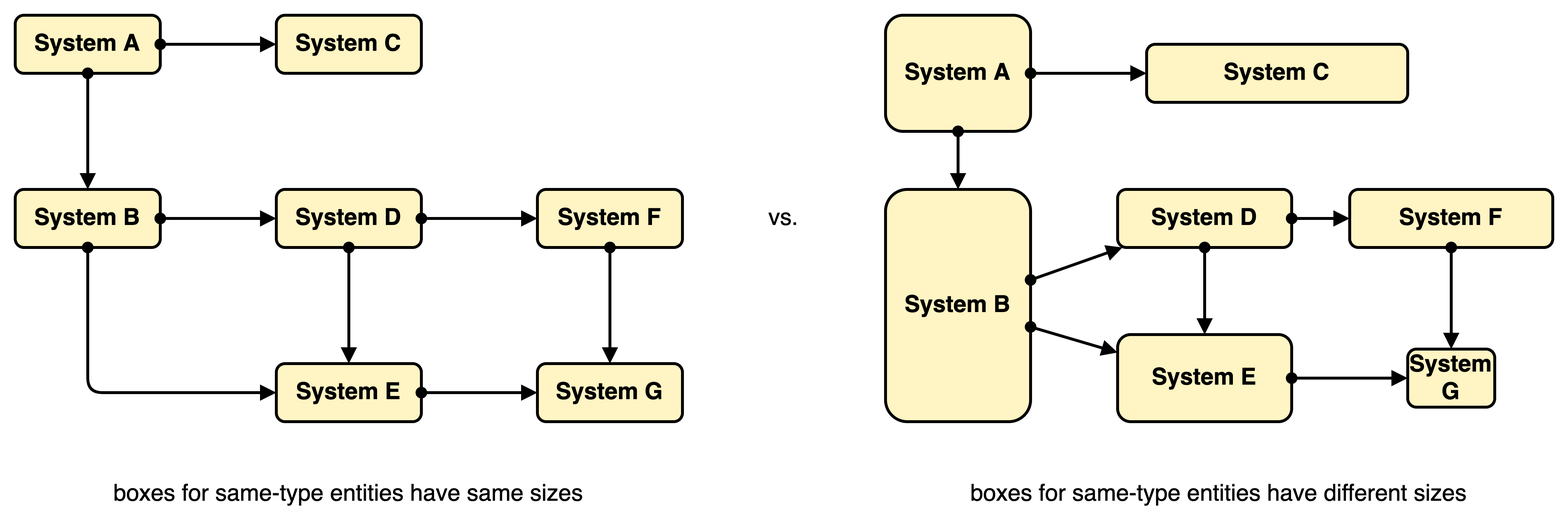
Before: diagrams/box-guideline_same-size-for-same-entity-type.png, a diagram exported from draw.io (martinleggewie/visual-tips-for-creating-schematic-diagrams). Source tidied: cells renumbered, new cells last; positions are measured from the earlier drawing's top-left corner, leaving out a move shared by most shapes. The source it was exported from:
```xml
<mxGraphModel>
  <root>
    <mxCell id="0" />
    <mxCell id="1" value="background" parent="0" />
    <mxCell id="2" style="rounded=0;whiteSpace=wrap;html=1;strokeColor=none;fillColor=#FFFFFF;" parent="1" vertex="1">
      <mxGeometry width="1080" height="360" as="geometry" />
    </mxCell>
    <mxCell id="3" value="content" parent="0" />
    <mxCell id="4" value="System A" style="rounded=1;whiteSpace=wrap;html=1;strokeWidth=2;fontSize=16;fontStyle=1;fillColor=#FFF4C3;" parent="3" vertex="1">
      <mxGeometry x="10" y="10" width="100" height="40" as="geometry" />
    </mxCell>
    <mxCell id="5" style="rounded=0;jettySize=auto;html=1;fontSize=16;endArrow=block;endFill=1;startArrow=oval;startFill=1;strokeWidth=2;" parent="3" edge="1" source="4" target="11">
      <mxGeometry relative="1" as="geometry" />
    </mxCell>
    <mxCell id="6" value="System B" style="rounded=1;whiteSpace=wrap;html=1;strokeWidth=2;fontSize=16;fontStyle=1;fillColor=#FFF4C3;" parent="3" vertex="1">
      <mxGeometry x="10" y="130" width="100" height="40" as="geometry" />
    </mxCell>
    <mxCell id="7" style="edgeStyle=none;rounded=0;jettySize=auto;html=1;startArrow=oval;startFill=1;endArrow=block;endFill=1;strokeWidth=2;fontSize=16;" parent="3" edge="1" source="4" target="6">
      <mxGeometry relative="1" as="geometry" />
    </mxCell>
    <mxCell id="8" style="rounded=0;jettySize=auto;html=1;fontSize=16;endArrow=block;endFill=1;startArrow=oval;startFill=1;strokeWidth=2;" parent="3" edge="1" source="6" target="13">
      <mxGeometry relative="1" as="geometry" />
    </mxCell>
    <mxCell id="9" value="boxes for same-type entities have same sizes" style="text;html=1;strokeColor=none;fillColor=none;align=center;verticalAlign=middle;whiteSpace=wrap;rounded=0;fontSize=16;" parent="3" vertex="1">
      <mxGeometry x="10" y="330" width="460" height="20" as="geometry" />
    </mxCell>
    <mxCell id="10" value="vs." style="text;html=1;strokeColor=none;fillColor=none;align=center;verticalAlign=middle;whiteSpace=wrap;rounded=0;fontSize=16;" parent="3" vertex="1">
      <mxGeometry x="470" y="140" width="140" height="20" as="geometry" />
    </mxCell>
    <mxCell id="11" value="System C" style="rounded=1;whiteSpace=wrap;html=1;strokeWidth=2;fontSize=16;fontStyle=1;fillColor=#FFF4C3;" parent="3" vertex="1">
      <mxGeometry x="190" y="10" width="100" height="40" as="geometry" />
    </mxCell>
    <mxCell id="12" value="System E" style="rounded=1;whiteSpace=wrap;html=1;strokeWidth=2;fontSize=16;fontStyle=1;fillColor=#FFF4C3;" parent="3" vertex="1">
      <mxGeometry x="190" y="250" width="100" height="40" as="geometry" />
    </mxCell>
    <mxCell id="13" value="System D" style="rounded=1;whiteSpace=wrap;html=1;strokeWidth=2;fontSize=16;fontStyle=1;fillColor=#FFF4C3;" parent="3" vertex="1">
      <mxGeometry x="190" y="130" width="100" height="40" as="geometry" />
    </mxCell>
    <mxCell id="14" value="System F" style="rounded=1;whiteSpace=wrap;html=1;strokeWidth=2;fontSize=16;fontStyle=1;fillColor=#FFF4C3;" parent="3" vertex="1">
      <mxGeometry x="370" y="130" width="100" height="40" as="geometry" />
    </mxCell>
    <mxCell id="15" value="System G" style="rounded=1;whiteSpace=wrap;html=1;strokeWidth=2;fontSize=16;fontStyle=1;fillColor=#FFF4C3;" parent="3" vertex="1">
      <mxGeometry x="370" y="250" width="100" height="40" as="geometry" />
    </mxCell>
    <mxCell id="16" style="edgeStyle=none;rounded=1;jettySize=auto;html=1;fontSize=16;startArrow=oval;startFill=1;endArrow=block;endFill=1;strokeWidth=2;" parent="3" edge="1" source="6" target="12">
      <mxGeometry relative="1" as="geometry">
        <Array as="points">
          <mxPoint x="60" y="270" />
        </Array>
      </mxGeometry>
    </mxCell>
    <mxCell id="17" style="edgeStyle=none;rounded=0;jettySize=auto;html=1;fontSize=16;startArrow=oval;startFill=1;endArrow=block;endFill=1;strokeWidth=2;" parent="3" edge="1" source="12" target="15">
      <mxGeometry relative="1" as="geometry" />
    </mxCell>
    <mxCell id="18" style="edgeStyle=none;rounded=0;jettySize=auto;html=1;fontSize=16;startArrow=oval;startFill=1;endArrow=block;endFill=1;strokeWidth=2;" parent="3" edge="1" source="14" target="15">
      <mxGeometry relative="1" as="geometry" />
    </mxCell>
    <mxCell id="19" style="edgeStyle=none;rounded=0;jettySize=auto;html=1;fontSize=16;startArrow=oval;startFill=1;endArrow=block;endFill=1;strokeWidth=2;" parent="3" edge="1" source="13" target="12">
      <mxGeometry relative="1" as="geometry" />
    </mxCell>
    <mxCell id="20" value="System A" style="rounded=1;whiteSpace=wrap;html=1;strokeWidth=2;fontSize=16;fontStyle=1;fillColor=#FFF4C3;" parent="3" vertex="1">
      <mxGeometry x="610" y="10" width="100" height="80" as="geometry" />
    </mxCell>
    <mxCell id="21" style="rounded=0;jettySize=auto;html=1;fontSize=16;endArrow=block;endFill=1;startArrow=oval;startFill=1;strokeWidth=2;" parent="3" edge="1" source="20" target="25">
      <mxGeometry relative="1" as="geometry" />
    </mxCell>
    <mxCell id="22" value="System B" style="rounded=1;whiteSpace=wrap;html=1;strokeWidth=2;fontSize=16;fontStyle=1;fillColor=#FFF4C3;" parent="3" vertex="1">
      <mxGeometry x="610" y="130" width="100" height="160" as="geometry" />
    </mxCell>
    <mxCell id="23" style="edgeStyle=none;rounded=0;jettySize=auto;html=1;startArrow=oval;startFill=1;endArrow=block;endFill=1;strokeWidth=2;fontSize=16;" parent="3" edge="1" source="20" target="22">
      <mxGeometry relative="1" as="geometry" />
    </mxCell>
    <mxCell id="24" style="rounded=0;jettySize=auto;html=1;fontSize=16;endArrow=block;endFill=1;startArrow=oval;startFill=1;strokeWidth=2;" parent="3" edge="1" source="22" target="27">
      <mxGeometry relative="1" as="geometry" />
    </mxCell>
    <mxCell id="25" value="System C" style="rounded=1;whiteSpace=wrap;html=1;strokeWidth=2;fontSize=16;fontStyle=1;fillColor=#FFF4C3;" parent="3" vertex="1">
      <mxGeometry x="790" y="30" width="180" height="40" as="geometry" />
    </mxCell>
    <mxCell id="26" value="System E" style="rounded=1;whiteSpace=wrap;html=1;strokeWidth=2;fontSize=16;fontStyle=1;fillColor=#FFF4C3;" parent="3" vertex="1">
      <mxGeometry x="770" y="230" width="120" height="60" as="geometry" />
    </mxCell>
    <mxCell id="27" value="System D" style="rounded=1;whiteSpace=wrap;html=1;strokeWidth=2;fontSize=16;fontStyle=1;fillColor=#FFF4C3;" parent="3" vertex="1">
      <mxGeometry x="770" y="130" width="120" height="40" as="geometry" />
    </mxCell>
    <mxCell id="28" value="System F" style="rounded=1;whiteSpace=wrap;html=1;strokeWidth=2;fontSize=16;fontStyle=1;fillColor=#FFF4C3;" parent="3" vertex="1">
      <mxGeometry x="930" y="130" width="140" height="40" as="geometry" />
    </mxCell>
    <mxCell id="29" value="System G" style="rounded=1;whiteSpace=wrap;html=1;strokeWidth=2;fontSize=16;fontStyle=1;fillColor=#FFF4C3;" parent="3" vertex="1">
      <mxGeometry x="970" y="240" width="60" height="40" as="geometry" />
    </mxCell>
    <mxCell id="30" style="edgeStyle=none;rounded=1;jettySize=auto;html=1;fontSize=16;startArrow=oval;startFill=1;endArrow=block;endFill=1;strokeWidth=2;" parent="3" edge="1" source="22" target="26">
      <mxGeometry relative="1" as="geometry" />
    </mxCell>
    <mxCell id="31" style="edgeStyle=none;rounded=0;jettySize=auto;html=1;fontSize=16;startArrow=oval;startFill=1;endArrow=block;endFill=1;strokeWidth=2;" parent="3" edge="1" source="26" target="29">
      <mxGeometry relative="1" as="geometry" />
    </mxCell>
    <mxCell id="32" style="edgeStyle=none;rounded=0;jettySize=auto;html=1;fontSize=16;startArrow=oval;startFill=1;endArrow=block;endFill=1;strokeWidth=2;" parent="3" edge="1" source="28" target="29">
      <mxGeometry relative="1" as="geometry" />
    </mxCell>
    <mxCell id="33" style="edgeStyle=none;rounded=0;jettySize=auto;html=1;fontSize=16;startArrow=oval;startFill=1;endArrow=block;endFill=1;strokeWidth=2;" parent="3" edge="1" source="27" target="26">
      <mxGeometry relative="1" as="geometry" />
    </mxCell>
    <mxCell id="34" style="edgeStyle=none;rounded=0;jettySize=auto;html=1;fontSize=16;startArrow=oval;startFill=1;endArrow=block;endFill=1;strokeWidth=2;" parent="3" edge="1" source="13" target="14">
      <mxGeometry relative="1" as="geometry" />
    </mxCell>
    <mxCell id="35" style="edgeStyle=none;rounded=0;jettySize=auto;html=1;fontSize=16;startArrow=oval;startFill=1;endArrow=block;endFill=1;strokeWidth=2;" parent="3" edge="1" source="27" target="28">
      <mxGeometry relative="1" as="geometry" />
    </mxCell>
    <mxCell id="36" value="boxes for same-type entities have different sizes" style="text;html=1;strokeColor=none;fillColor=none;align=center;verticalAlign=middle;whiteSpace=wrap;rounded=0;fontSize=16;" parent="3" vertex="1">
      <mxGeometry x="610" y="330" width="460" height="20" as="geometry" />
    </mxCell>
  </root>
</mxGraphModel>
```
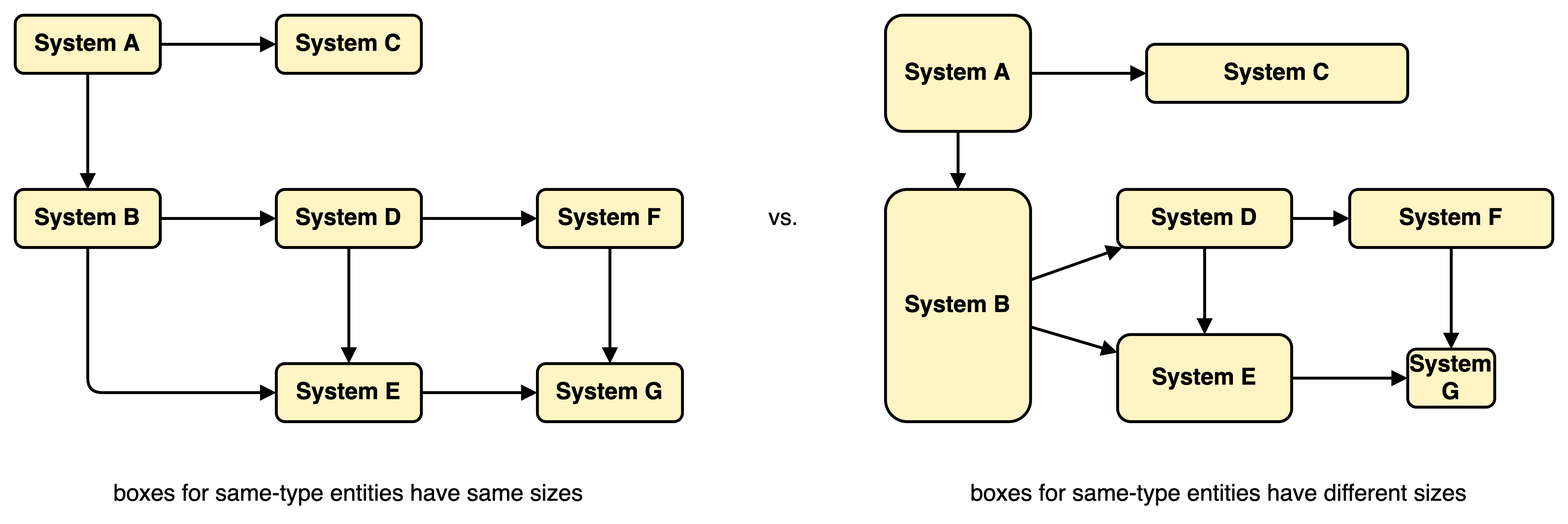
After the change.

The edit, as a diff of the source:
```diff
@@ -9,16 +9,16 @@
     <mxCell id="4" value="System A" style="rounded=1;whiteSpace=wrap;html=1;strokeWidth=2;fontSize=16;fontStyle=1;fillColor=#FFF4C3;" parent="3" vertex="1">
       <mxGeometry x="10" y="10" width="100" height="40" as="geometry" />
     </mxCell>
-    <mxCell id="5" style="rounded=0;jettySize=auto;html=1;fontSize=16;endArrow=block;endFill=1;startArrow=oval;startFill=1;strokeWidth=2;" parent="3" edge="1" source="4" target="11">
+    <mxCell id="5" style="rounded=0;jettySize=auto;html=1;fontSize=16;endArrow=block;endFill=1;startArrow=none;startFill=0;strokeWidth=2;" parent="3" edge="1" source="4" target="11">
       <mxGeometry relative="1" as="geometry" />
     </mxCell>
     <mxCell id="6" value="System B" style="rounded=1;whiteSpace=wrap;html=1;strokeWidth=2;fontSize=16;fontStyle=1;fillColor=#FFF4C3;" parent="3" vertex="1">
       <mxGeometry x="10" y="130" width="100" height="40" as="geometry" />
     </mxCell>
-    <mxCell id="7" style="edgeStyle=none;rounded=0;jettySize=auto;html=1;startArrow=oval;startFill=1;endArrow=block;endFill=1;strokeWidth=2;fontSize=16;" parent="3" edge="1" source="4" target="6">
+    <mxCell id="7" style="edgeStyle=none;rounded=0;jettySize=auto;html=1;startArrow=none;startFill=0;endArrow=block;endFill=1;strokeWidth=2;fontSize=16;" parent="3" edge="1" source="4" target="6">
       <mxGeometry relative="1" as="geometry" />
     </mxCell>
-    <mxCell id="8" style="rounded=0;jettySize=auto;html=1;fontSize=16;endArrow=block;endFill=1;startArrow=oval;startFill=1;strokeWidth=2;" parent="3" edge="1" source="6" target="13">
+    <mxCell id="8" style="rounded=0;jettySize=auto;html=1;fontSize=16;endArrow=block;endFill=1;startArrow=none;startFill=0;strokeWidth=2;" parent="3" edge="1" source="6" target="13">
       <mxGeometry relative="1" as="geometry" />
     </mxCell>
     <mxCell id="9" value="boxes for same-type entities have same sizes" style="text;html=1;strokeColor=none;fillColor=none;align=center;verticalAlign=middle;whiteSpace=wrap;rounded=0;fontSize=16;" parent="3" vertex="1">
@@ -42,35 +42,35 @@
     <mxCell id="15" value="System G" style="rounded=1;whiteSpace=wrap;html=1;strokeWidth=2;fontSize=16;fontStyle=1;fillColor=#FFF4C3;" parent="3" vertex="1">
       <mxGeometry x="370" y="250" width="100" height="40" as="geometry" />
     </mxCell>
-    <mxCell id="16" style="edgeStyle=none;rounded=1;jettySize=auto;html=1;fontSize=16;startArrow=oval;startFill=1;endArrow=block;endFill=1;strokeWidth=2;" parent="3" edge="1" source="6" target="12">
+    <mxCell id="16" style="edgeStyle=none;rounded=1;jettySize=auto;html=1;fontSize=16;startArrow=none;startFill=0;endArrow=block;endFill=1;strokeWidth=2;" parent="3" edge="1" source="6" target="12">
       <mxGeometry relative="1" as="geometry">
         <Array as="points">
           <mxPoint x="60" y="270" />
         </Array>
       </mxGeometry>
     </mxCell>
-    <mxCell id="17" style="edgeStyle=none;rounded=0;jettySize=auto;html=1;fontSize=16;startArrow=oval;startFill=1;endArrow=block;endFill=1;strokeWidth=2;" parent="3" edge="1" source="12" target="15">
+    <mxCell id="17" style="edgeStyle=none;rounded=0;jettySize=auto;html=1;fontSize=16;startArrow=none;startFill=0;endArrow=block;endFill=1;strokeWidth=2;" parent="3" edge="1" source="12" target="15">
       <mxGeometry relative="1" as="geometry" />
     </mxCell>
-    <mxCell id="18" style="edgeStyle=none;rounded=0;jettySize=auto;html=1;fontSize=16;startArrow=oval;startFill=1;endArrow=block;endFill=1;strokeWidth=2;" parent="3" edge="1" source="14" target="15">
+    <mxCell id="18" style="edgeStyle=none;rounded=0;jettySize=auto;html=1;fontSize=16;startArrow=none;startFill=0;endArrow=block;endFill=1;strokeWidth=2;" parent="3" edge="1" source="14" target="15">
       <mxGeometry relative="1" as="geometry" />
     </mxCell>
-    <mxCell id="19" style="edgeStyle=none;rounded=0;jettySize=auto;html=1;fontSize=16;startArrow=oval;startFill=1;endArrow=block;endFill=1;strokeWidth=2;" parent="3" edge="1" source="13" target="12">
+    <mxCell id="19" style="edgeStyle=none;rounded=0;jettySize=auto;html=1;fontSize=16;startArrow=none;startFill=0;endArrow=block;endFill=1;strokeWidth=2;" parent="3" edge="1" source="13" target="12">
       <mxGeometry relative="1" as="geometry" />
     </mxCell>
     <mxCell id="20" value="System A" style="rounded=1;whiteSpace=wrap;html=1;strokeWidth=2;fontSize=16;fontStyle=1;fillColor=#FFF4C3;" parent="3" vertex="1">
       <mxGeometry x="610" y="10" width="100" height="80" as="geometry" />
     </mxCell>
-    <mxCell id="21" style="rounded=0;jettySize=auto;html=1;fontSize=16;endArrow=block;endFill=1;startArrow=oval;startFill=1;strokeWidth=2;" parent="3" edge="1" source="20" target="25">
+    <mxCell id="21" style="rounded=0;jettySize=auto;html=1;fontSize=16;endArrow=block;endFill=1;startArrow=none;startFill=0;strokeWidth=2;" parent="3" edge="1" source="20" target="25">
       <mxGeometry relative="1" as="geometry" />
     </mxCell>
     <mxCell id="22" value="System B" style="rounded=1;whiteSpace=wrap;html=1;strokeWidth=2;fontSize=16;fontStyle=1;fillColor=#FFF4C3;" parent="3" vertex="1">
       <mxGeometry x="610" y="130" width="100" height="160" as="geometry" />
     </mxCell>
-    <mxCell id="23" style="edgeStyle=none;rounded=0;jettySize=auto;html=1;startArrow=oval;startFill=1;endArrow=block;endFill=1;strokeWidth=2;fontSize=16;" parent="3" edge="1" source="20" target="22">
+    <mxCell id="23" style="edgeStyle=none;rounded=0;jettySize=auto;html=1;startArrow=none;startFill=0;endArrow=block;endFill=1;strokeWidth=2;fontSize=16;" parent="3" edge="1" source="20" target="22">
       <mxGeometry relative="1" as="geometry" />
     </mxCell>
-    <mxCell id="24" style="rounded=0;jettySize=auto;html=1;fontSize=16;endArrow=block;endFill=1;startArrow=oval;startFill=1;strokeWidth=2;" parent="3" edge="1" source="22" target="27">
+    <mxCell id="24" style="rounded=0;jettySize=auto;html=1;fontSize=16;endArrow=block;endFill=1;startArrow=none;startFill=0;strokeWidth=2;" parent="3" edge="1" source="22" target="27">
       <mxGeometry relative="1" as="geometry" />
     </mxCell>
     <mxCell id="25" value="System C" style="rounded=1;whiteSpace=wrap;html=1;strokeWidth=2;fontSize=16;fontStyle=1;fillColor=#FFF4C3;" parent="3" vertex="1">
@@ -88,22 +88,22 @@
     <mxCell id="29" value="System G" style="rounded=1;whiteSpace=wrap;html=1;strokeWidth=2;fontSize=16;fontStyle=1;fillColor=#FFF4C3;" parent="3" vertex="1">
       <mxGeometry x="970" y="240" width="60" height="40" as="geometry" />
     </mxCell>
-    <mxCell id="30" style="edgeStyle=none;rounded=1;jettySize=auto;html=1;fontSize=16;startArrow=oval;startFill=1;endArrow=block;endFill=1;strokeWidth=2;" parent="3" edge="1" source="22" target="26">
+    <mxCell id="30" style="edgeStyle=none;rounded=1;jettySize=auto;html=1;fontSize=16;startArrow=none;startFill=0;endArrow=block;endFill=1;strokeWidth=2;" parent="3" edge="1" source="22" target="26">
       <mxGeometry relative="1" as="geometry" />
     </mxCell>
-    <mxCell id="31" style="edgeStyle=none;rounded=0;jettySize=auto;html=1;fontSize=16;startArrow=oval;startFill=1;endArrow=block;endFill=1;strokeWidth=2;" parent="3" edge="1" source="26" target="29">
+    <mxCell id="31" style="edgeStyle=none;rounded=0;jettySize=auto;html=1;fontSize=16;startArrow=none;startFill=0;endArrow=block;endFill=1;strokeWidth=2;" parent="3" edge="1" source="26" target="29">
       <mxGeometry relative="1" as="geometry" />
     </mxCell>
-    <mxCell id="32" style="edgeStyle=none;rounded=0;jettySize=auto;html=1;fontSize=16;startArrow=oval;startFill=1;endArrow=block;endFill=1;strokeWidth=2;" parent="3" edge="1" source="28" target="29">
+    <mxCell id="32" style="edgeStyle=none;rounded=0;jettySize=auto;html=1;fontSize=16;startArrow=none;startFill=0;endArrow=block;endFill=1;strokeWidth=2;" parent="3" edge="1" source="28" target="29">
       <mxGeometry relative="1" as="geometry" />
     </mxCell>
-    <mxCell id="33" style="edgeStyle=none;rounded=0;jettySize=auto;html=1;fontSize=16;startArrow=oval;startFill=1;endArrow=block;endFill=1;strokeWidth=2;" parent="3" edge="1" source="27" target="26">
+    <mxCell id="33" style="edgeStyle=none;rounded=0;jettySize=auto;html=1;fontSize=16;startArrow=none;startFill=0;endArrow=block;endFill=1;strokeWidth=2;" parent="3" edge="1" source="27" target="26">
       <mxGeometry relative="1" as="geometry" />
     </mxCell>
-    <mxCell id="34" style="edgeStyle=none;rounded=0;jettySize=auto;html=1;fontSize=16;startArrow=oval;startFill=1;endArrow=block;endFill=1;strokeWidth=2;" parent="3" edge="1" source="13" target="14">
+    <mxCell id="34" style="edgeStyle=none;rounded=0;jettySize=auto;html=1;fontSize=16;startArrow=none;startFill=0;endArrow=block;endFill=1;strokeWidth=2;" parent="3" edge="1" source="13" target="14">
       <mxGeometry relative="1" as="geometry" />
     </mxCell>
-    <mxCell id="35" style="edgeStyle=none;rounded=0;jettySize=auto;html=1;fontSize=16;startArrow=oval;startFill=1;endArrow=block;endFill=1;strokeWidth=2;" parent="3" edge="1" source="27" target="28">
+    <mxCell id="35" style="edgeStyle=none;rounded=0;jettySize=auto;html=1;fontSize=16;startArrow=none;startFill=0;endArrow=block;endFill=1;strokeWidth=2;" parent="3" edge="1" source="27" target="28">
       <mxGeometry relative="1" as="geometry" />
     </mxCell>
     <mxCell id="36" value="boxes for same-type entities have different sizes" style="text;html=1;strokeColor=none;fillColor=none;align=center;verticalAlign=middle;whiteSpace=wrap;rounded=0;fontSize=16;" parent="3" vertex="1">
```
